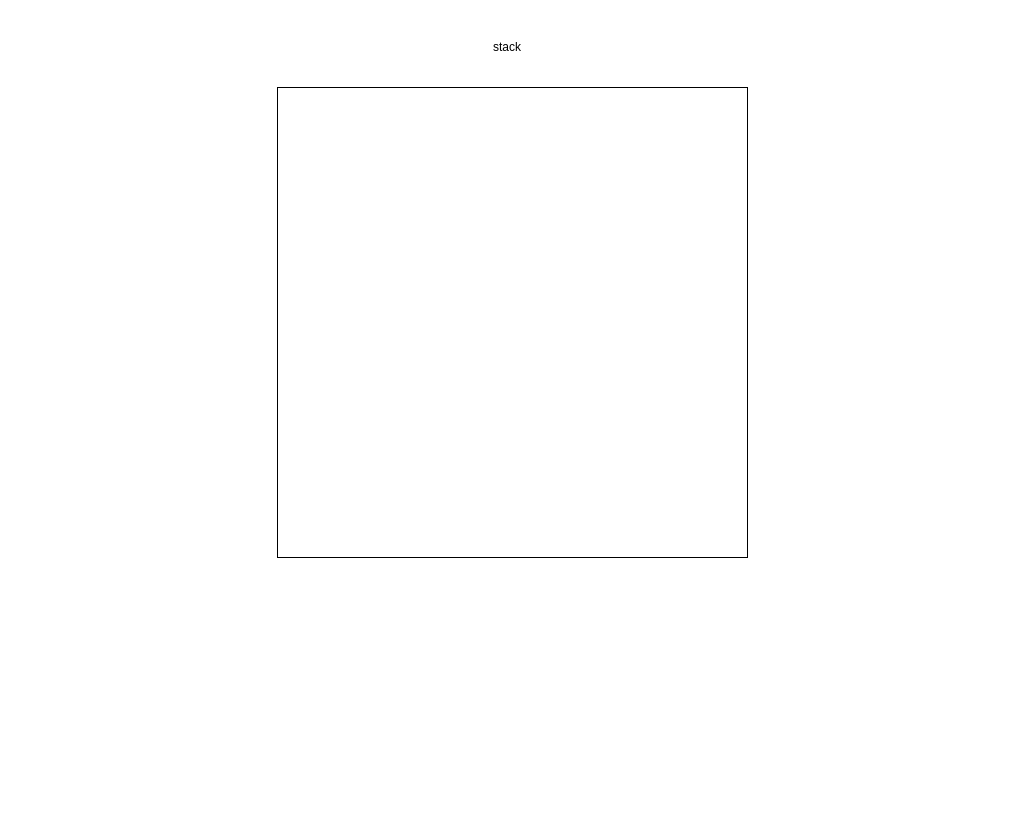
The draw.io diagram com/stephen/jvm/learn/stack.drawio in ruoshuisq/jvm, before the edit. Source tidied: cells renumbered, new cells numbered last; positions are measured from the earlier drawing's top-left corner, leaving out a move shared by most shapes. Both pictures are drawn from the tidied source at 100%, with x=0, y=0 at pixel (277, 17).
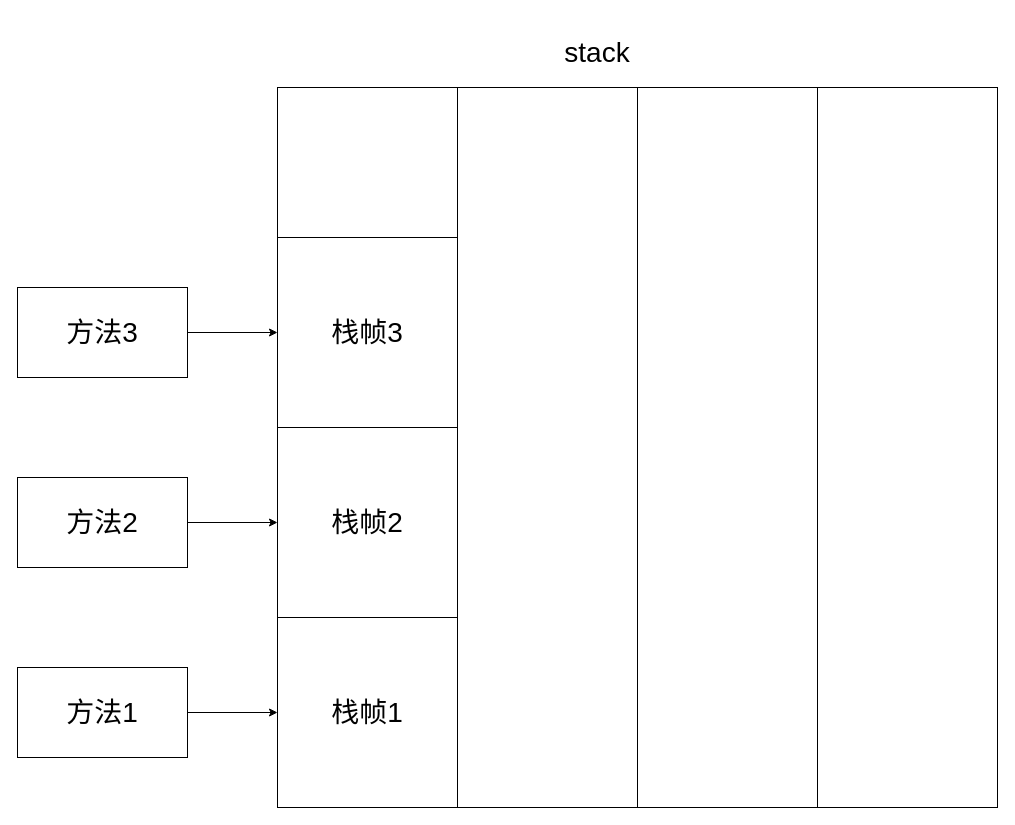
The same diagram, later.

Diff of the diagram source:
```diff
@@
 <mxGraphModel>
   <root>
     <mxCell id="0" />
     <mxCell id="1" parent="0" />
     <mxCell id="2" style="whiteSpace=wrap;html=1;" parent="1" vertex="1">
-      <mxGeometry y="70" width="470" height="470" as="geometry" />
+      <mxGeometry y="70" width="720" height="720" as="geometry" />
     </mxCell>
-    <mxCell id="3" value="stack" style="text;html=1;strokeColor=none;fillColor=none;align=center;verticalAlign=middle;whiteSpace=wrap;rounded=0;" parent="1" vertex="1">
-      <mxGeometry x="120" width="220" height="60" as="geometry" />
+    <mxCell id="3" value="&lt;font style=&quot;font-size: 28px;&quot;&gt;stack&lt;/font&gt;" style="text;html=1;strokeColor=none;fillColor=none;align=center;verticalAlign=middle;whiteSpace=wrap;rounded=0;" parent="1" vertex="1">
+      <mxGeometry x="120" width="400" height="70" as="geometry" />
     </mxCell>
+    <mxCell id="4" style="rounded=0;whiteSpace=wrap;html=1;fontSize=28;" parent="1" vertex="1">
+      <mxGeometry y="70" width="180" height="720" as="geometry" />
+    </mxCell>
+    <mxCell id="5" style="rounded=0;whiteSpace=wrap;html=1;fontSize=28;" parent="1" vertex="1">
+      <mxGeometry x="180" y="70" width="180" height="720" as="geometry" />
+    </mxCell>
+    <mxCell id="6" style="rounded=0;whiteSpace=wrap;html=1;fontSize=28;" parent="1" vertex="1">
+      <mxGeometry x="360" y="70" width="180" height="720" as="geometry" />
+    </mxCell>
+    <mxCell id="7" value="栈帧1" style="rounded=0;whiteSpace=wrap;html=1;fontSize=28;" parent="1" vertex="1">
+      <mxGeometry y="600" width="180" height="190" as="geometry" />
+    </mxCell>
+    <mxCell id="8" value="栈帧2" style="rounded=0;whiteSpace=wrap;html=1;fontSize=28;" parent="1" vertex="1">
+      <mxGeometry y="410" width="180" height="190" as="geometry" />
+    </mxCell>
+    <mxCell id="9" value="栈帧3" style="rounded=0;whiteSpace=wrap;html=1;fontSize=28;" parent="1" vertex="1">
+      <mxGeometry y="220" width="180" height="190" as="geometry" />
+    </mxCell>
+    <mxCell id="10" value="方法1" style="rounded=0;whiteSpace=wrap;html=1;fontSize=28;" parent="1" vertex="1">
+      <mxGeometry x="-260" y="650" width="170" height="90" as="geometry" />
+    </mxCell>
+    <mxCell id="11" value="方法2" style="rounded=0;whiteSpace=wrap;html=1;fontSize=28;" parent="1" vertex="1">
+      <mxGeometry x="-260" y="460" width="170" height="90" as="geometry" />
+    </mxCell>
+    <mxCell id="12" value="方法3" style="rounded=0;whiteSpace=wrap;html=1;fontSize=28;" parent="1" vertex="1">
+      <mxGeometry x="-260" y="270" width="170" height="90" as="geometry" />
+    </mxCell>
+    <mxCell id="13" style="endArrow=classic;html=1;rounded=0;fontSize=28;exitX=1;exitY=0.5;exitDx=0;exitDy=0;entryX=0;entryY=0.5;entryDx=0;entryDy=0;" parent="1" edge="1" source="10" target="7">
+      <mxGeometry relative="1" as="geometry" />
+    </mxCell>
+    <mxCell id="14" style="endArrow=classic;html=1;rounded=0;fontSize=28;entryX=0;entryY=0.5;entryDx=0;entryDy=0;" parent="1" edge="1" source="11" target="8">
+      <mxGeometry relative="1" as="geometry" />
+    </mxCell>
+    <mxCell id="15" style="endArrow=classic;html=1;rounded=0;fontSize=28;entryX=0;entryY=0.5;entryDx=0;entryDy=0;exitX=1;exitY=0.5;exitDx=0;exitDy=0;" parent="1" edge="1" source="12" target="9">
+      <mxGeometry relative="1" as="geometry" />
+    </mxCell>
   </root>
 </mxGraphModel>
```
